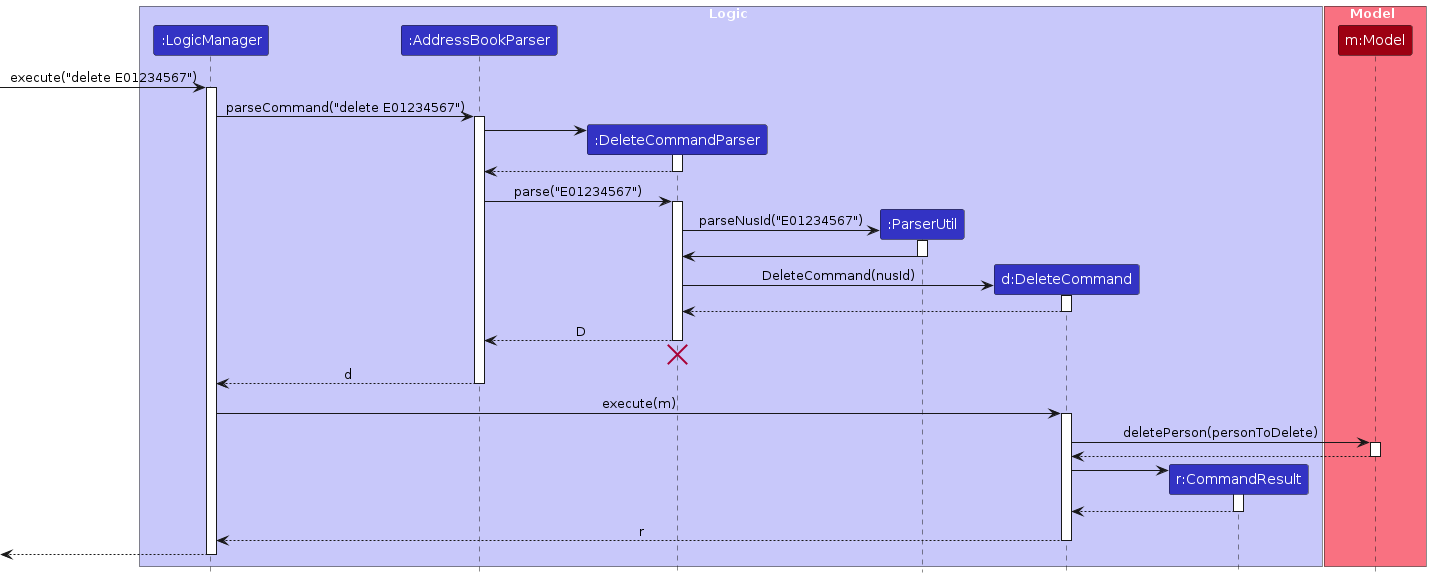
Above: diagrams/DeleteSequenceDiagram.png in Ragnapop/tp (PlantUML), before the change. Its source is kept beside it as diagrams/DeleteSequenceDiagram.puml.
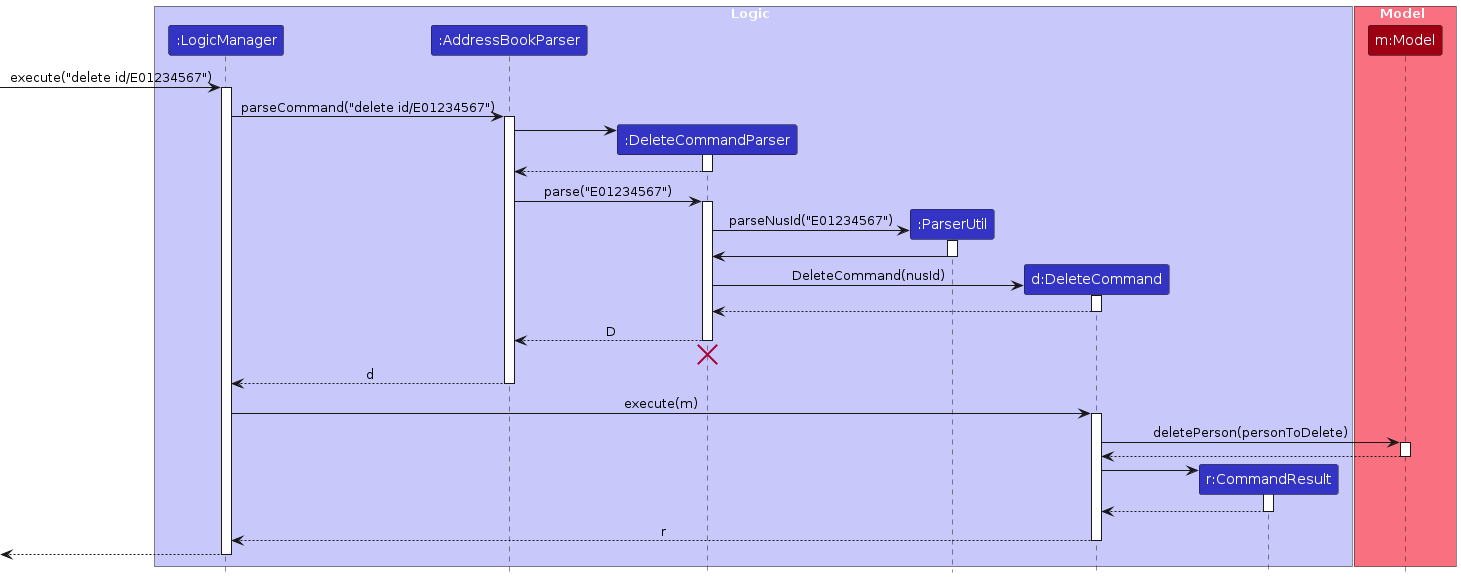
Later version of the same file.

What changed in the source:
```diff
@@ -15,10 +15,10 @@
 participant "m:Model" as Model MODEL_COLOR
 end box
 
-[-> LogicManager : execute("delete E01234567")
+[-> LogicManager : execute("delete id/E01234567")
 activate LogicManager
 
-LogicManager -> AddressBookParser : parseCommand("delete E01234567")
+LogicManager -> AddressBookParser : parseCommand("delete id/E01234567")
 activate AddressBookParser
 
 create DeleteCommandParser
```
